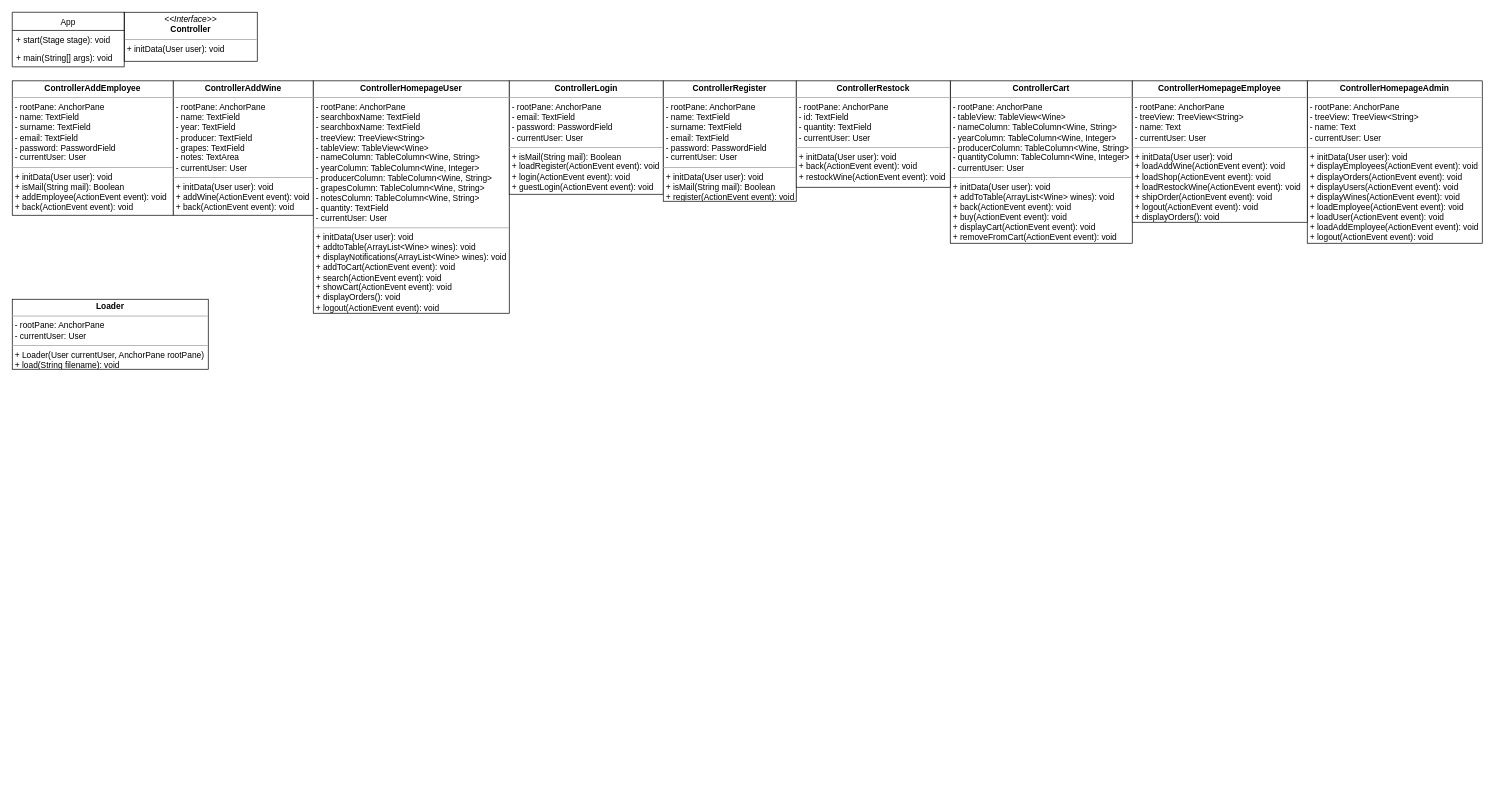
This is UML/Copy of asd.drawio from Sclafus/Ecommerce-GUI, a draw.io file, before an edit. Source tidied: cells renumbered, new cells numbered last; positions are measured from the earlier drawing's top-left corner, leaving out a move shared by most shapes. Both pictures are drawn from the tidied source at 70%, with x=0, y=0 at pixel (12, 12).
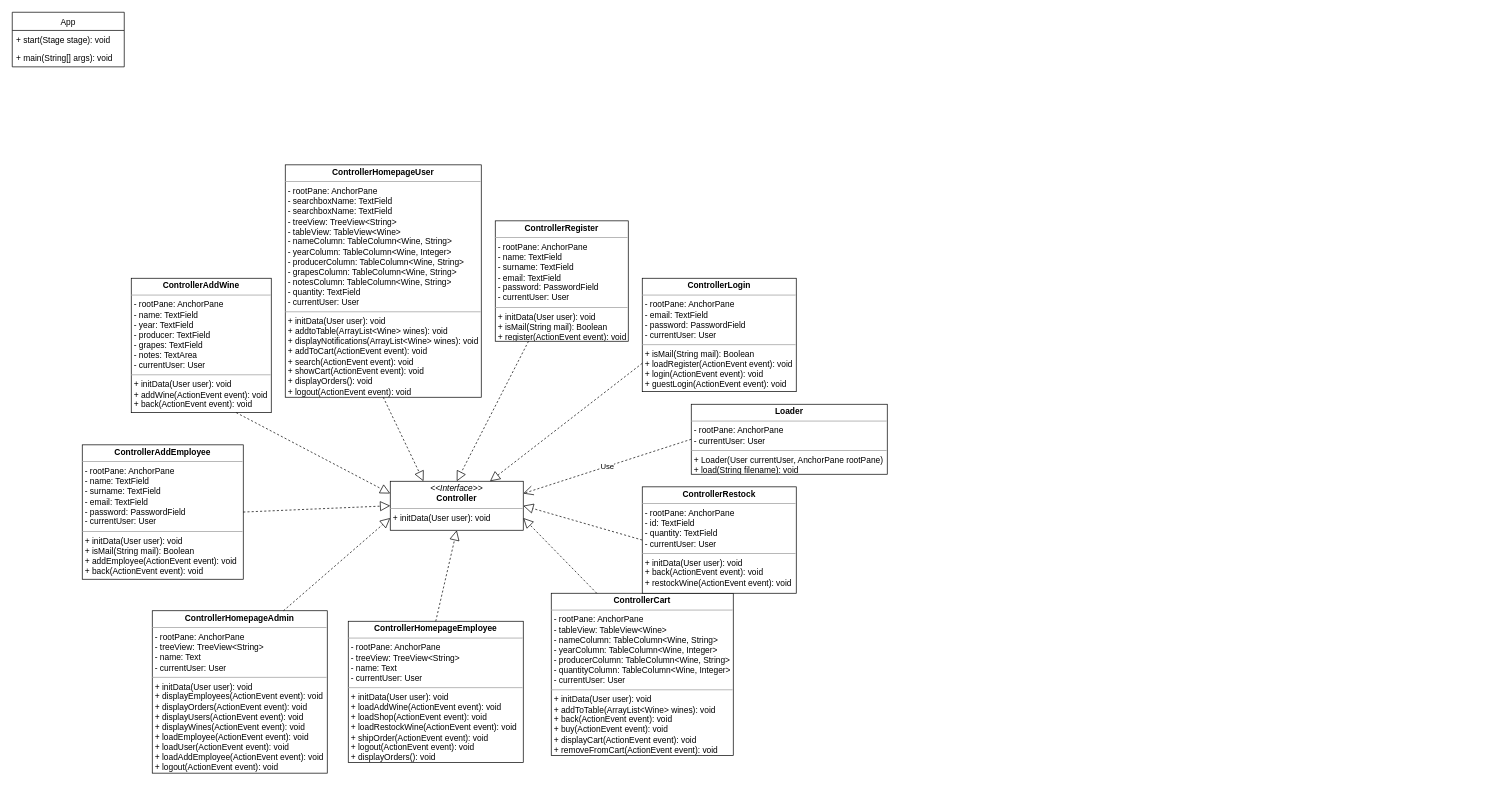
The same page after the edit.

Commit message:
updated dependencies in class diagram

Diff of the diagram source:
```diff
@@
     <mxCell id="2" value="&lt;p style=&quot;margin: 0px ; margin-top: 4px ; text-align: center&quot;&gt;&lt;i&gt;&amp;lt;&amp;lt;Interface&amp;gt;&amp;gt;&lt;/i&gt;&lt;br&gt;&lt;b&gt;Controller&lt;/b&gt;&lt;/p&gt;&lt;hr size=&quot;1&quot;&gt;&lt;p style=&quot;margin: 0px ; margin-left: 4px&quot;&gt;+ initData&lt;span&gt;(User user): void&lt;/span&gt;&lt;/p&gt;" style="verticalAlign=top;align=left;overflow=fill;fontSize=12;fontFamily=Helvetica;html=1;" parent="1" vertex="1">
-      <mxGeometry x="160" width="190" height="70" as="geometry" />
+      <mxGeometry x="540" y="670" width="190" height="70" as="geometry" />
     </mxCell>
@@
     <mxCell id="6" value="&lt;p style=&quot;margin: 0px ; margin-top: 4px ; text-align: center&quot;&gt;&lt;b&gt;ControllerAddEmployee&lt;/b&gt;&lt;/p&gt;&lt;hr size=&quot;1&quot;&gt;&lt;p style=&quot;margin: 0px ; margin-left: 4px&quot;&gt;- rootPane: AnchorPane&lt;/p&gt;&lt;p style=&quot;margin: 0px ; margin-left: 4px&quot;&gt;- name: TextField&lt;/p&gt;&lt;p style=&quot;margin: 0px ; margin-left: 4px&quot;&gt;- surname: TextField&lt;br&gt;&lt;/p&gt;&lt;p style=&quot;margin: 0px ; margin-left: 4px&quot;&gt;- email: TextField&lt;br&gt;&lt;/p&gt;&lt;p style=&quot;margin: 0px ; margin-left: 4px&quot;&gt;- password: PasswordField&lt;br&gt;&lt;/p&gt;&lt;p style=&quot;margin: 0px ; margin-left: 4px&quot;&gt;- currentUser: User&lt;/p&gt;&lt;hr size=&quot;1&quot;&gt;&lt;p style=&quot;margin: 0px ; margin-left: 4px&quot;&gt;+ initData(User user): void&lt;/p&gt;&lt;p style=&quot;margin: 0px ; margin-left: 4px&quot;&gt;+ isMail(String mail): Boolean&lt;/p&gt;&lt;p style=&quot;margin: 0px ; margin-left: 4px&quot;&gt;+ addEmployee(ActionEvent event): void&lt;/p&gt;&lt;p style=&quot;margin: 0px ; margin-left: 4px&quot;&gt;+ back(ActionEvent event): void&lt;/p&gt;&lt;p style=&quot;margin: 0px ; margin-left: 4px&quot;&gt;&lt;br&gt;&lt;/p&gt;&lt;p style=&quot;margin: 0px ; margin-left: 4px&quot;&gt;&lt;br&gt;&lt;/p&gt;" style="verticalAlign=top;align=left;overflow=fill;fontSize=12;fontFamily=Helvetica;html=1;" parent="1" vertex="1">
-      <mxGeometry y="98" width="230" height="192" as="geometry" />
+      <mxGeometry x="100" y="618" width="230" height="192" as="geometry" />
     </mxCell>
     <mxCell id="7" value="&lt;p style=&quot;margin: 0px ; margin-top: 4px ; text-align: center&quot;&gt;&lt;b&gt;ControllerCart&lt;/b&gt;&lt;/p&gt;&lt;hr size=&quot;1&quot;&gt;&lt;p style=&quot;margin: 0px ; margin-left: 4px&quot;&gt;-&lt;span&gt;&amp;nbsp;rootPane: AnchorPane&lt;/span&gt;&lt;/p&gt;&lt;p style=&quot;margin: 0px 0px 0px 4px&quot;&gt;- tableView: TableView&amp;lt;Wine&amp;gt;&lt;/p&gt;&lt;p style=&quot;margin: 0px 0px 0px 4px&quot;&gt;- nameColumn: TableColumn&amp;lt;Wine, String&amp;gt;&lt;/p&gt;&lt;p style=&quot;margin: 0px 0px 0px 4px&quot;&gt;- yearColumn: TableColumn&amp;lt;Wine, Integer&amp;gt;&lt;/p&gt;&lt;p style=&quot;margin: 0px 0px 0px 4px&quot;&gt;- producerColumn: TableColumn&amp;lt;Wine, String&amp;gt;&lt;/p&gt;&lt;p style=&quot;margin: 0px 0px 0px 4px&quot;&gt;- quantityColumn: TableColumn&amp;lt;Wine, Integer&amp;gt;&lt;/p&gt;&lt;p style=&quot;margin: 0px ; margin-left: 4px&quot;&gt;- currentUser: User&lt;/p&gt;&lt;hr size=&quot;1&quot;&gt;&lt;p style=&quot;margin: 0px ; margin-left: 4px&quot;&gt;+ initData(User user): void&lt;/p&gt;&lt;p style=&quot;margin: 0px ; margin-left: 4px&quot;&gt;+ addToTable(ArrayList&amp;lt;Wine&amp;gt; wines): void&lt;/p&gt;&lt;p style=&quot;margin: 0px ; margin-left: 4px&quot;&gt;+ back(ActionEvent event): void&lt;/p&gt;&lt;p style=&quot;margin: 0px ; margin-left: 4px&quot;&gt;+ buy(ActionEvent event): void&lt;/p&gt;&lt;p style=&quot;margin: 0px ; margin-left: 4px&quot;&gt;+ displayCart(ActionEvent event): void&lt;/p&gt;&lt;p style=&quot;margin: 0px ; margin-left: 4px&quot;&gt;+ removeFromCart(ActionEvent event): void&lt;/p&gt;" style="verticalAlign=top;align=left;overflow=fill;fontSize=12;fontFamily=Helvetica;html=1;" parent="1" vertex="1">
-      <mxGeometry x="1340" y="98" width="260" height="232" as="geometry" />
+      <mxGeometry x="770" y="830" width="260" height="232" as="geometry" />
     </mxCell>
     <mxCell id="8" value="&lt;p style=&quot;margin: 0px ; margin-top: 4px ; text-align: center&quot;&gt;&lt;b&gt;ControllerAddWine&lt;/b&gt;&lt;/p&gt;&lt;hr size=&quot;1&quot;&gt;&lt;p style=&quot;margin: 0px ; margin-left: 4px&quot;&gt;- rootPane: AnchorPane&lt;/p&gt;&lt;p style=&quot;margin: 0px ; margin-left: 4px&quot;&gt;- name: TextField&lt;/p&gt;&lt;p style=&quot;margin: 0px ; margin-left: 4px&quot;&gt;- year: TextField&lt;/p&gt;&lt;p style=&quot;margin: 0px ; margin-left: 4px&quot;&gt;- producer: TextField&lt;/p&gt;&lt;p style=&quot;margin: 0px ; margin-left: 4px&quot;&gt;- grapes: TextField&lt;/p&gt;&lt;p style=&quot;margin: 0px ; margin-left: 4px&quot;&gt;- notes: TextArea&lt;/p&gt;&lt;p style=&quot;margin: 0px ; margin-left: 4px&quot;&gt;- currentUser: User&lt;/p&gt;&lt;hr size=&quot;1&quot;&gt;&lt;p style=&quot;margin: 0px ; margin-left: 4px&quot;&gt;+ initData(User user): void&lt;/p&gt;&lt;p style=&quot;margin: 0px ; margin-left: 4px&quot;&gt;+ addWine(ActionEvent event): void&lt;/p&gt;&lt;p style=&quot;margin: 0px ; margin-left: 4px&quot;&gt;+ back(ActionEvent event): void&lt;/p&gt;" style="verticalAlign=top;align=left;overflow=fill;fontSize=12;fontFamily=Helvetica;html=1;" parent="1" vertex="1">
-      <mxGeometry x="230" y="98" width="200" height="192" as="geometry" />
+      <mxGeometry x="170" y="380" width="200" height="192" as="geometry" />
     </mxCell>
     <mxCell id="9" value="&lt;p style=&quot;margin: 0px ; margin-top: 4px ; text-align: center&quot;&gt;&lt;b&gt;ControllerHomepageAdmin&lt;/b&gt;&lt;/p&gt;&lt;hr size=&quot;1&quot;&gt;&lt;p style=&quot;margin: 0px 0px 0px 4px&quot;&gt;- rootPane: AnchorPane&lt;/p&gt;&lt;p style=&quot;margin: 0px 0px 0px 4px&quot;&gt;- treeView: TreeView&amp;lt;String&amp;gt;&lt;/p&gt;&lt;p style=&quot;margin: 0px 0px 0px 4px&quot;&gt;- name: Text&lt;/p&gt;&lt;p style=&quot;margin: 0px 0px 0px 4px&quot;&gt;- currentUser: User&lt;/p&gt;&lt;hr size=&quot;1&quot;&gt;&lt;p style=&quot;margin: 0px ; margin-left: 4px&quot;&gt;+ initData(User user): void&lt;/p&gt;&lt;p style=&quot;margin: 0px ; margin-left: 4px&quot;&gt;+ displayEmployees(ActionEvent event): void&lt;/p&gt;&lt;p style=&quot;margin: 0px ; margin-left: 4px&quot;&gt;+ displayOrders(ActionEvent event): void&lt;/p&gt;&lt;p style=&quot;margin: 0px ; margin-left: 4px&quot;&gt;+ displayUsers(ActionEvent event): void&lt;/p&gt;&lt;p style=&quot;margin: 0px ; margin-left: 4px&quot;&gt;+ displayWines(ActionEvent event): void&lt;/p&gt;&lt;p style=&quot;margin: 0px ; margin-left: 4px&quot;&gt;+ loadEmployee(ActionEvent event): void&lt;/p&gt;&lt;p style=&quot;margin: 0px ; margin-left: 4px&quot;&gt;+ loadUser(ActionEvent event): void&lt;/p&gt;&lt;p style=&quot;margin: 0px ; margin-left: 4px&quot;&gt;+ loadAddEmployee(ActionEvent event): void&lt;/p&gt;&lt;p style=&quot;margin: 0px ; margin-left: 4px&quot;&gt;+ logout(ActionEvent event): void&lt;/p&gt;" style="verticalAlign=top;align=left;overflow=fill;fontSize=12;fontFamily=Helvetica;html=1;" parent="1" vertex="1">
-      <mxGeometry x="1850" y="98" width="250" height="232" as="geometry" />
+      <mxGeometry x="200" y="855" width="250" height="232" as="geometry" />
     </mxCell>
     <mxCell id="10" value="&lt;p style=&quot;margin: 0px ; margin-top: 4px ; text-align: center&quot;&gt;&lt;b&gt;ControllerHomepageEmployee&lt;/b&gt;&lt;/p&gt;&lt;hr size=&quot;1&quot;&gt;&lt;p style=&quot;margin: 0px ; margin-left: 4px&quot;&gt;- rootPane: AnchorPane&lt;/p&gt;&lt;p style=&quot;margin: 0px ; margin-left: 4px&quot;&gt;- treeView: TreeView&amp;lt;String&amp;gt;&lt;/p&gt;&lt;p style=&quot;margin: 0px ; margin-left: 4px&quot;&gt;- name: Text&lt;/p&gt;&lt;p style=&quot;margin: 0px ; margin-left: 4px&quot;&gt;- currentUser: User&lt;/p&gt;&lt;hr size=&quot;1&quot;&gt;&lt;p style=&quot;margin: 0px ; margin-left: 4px&quot;&gt;+ initData(User user): void&lt;/p&gt;&lt;p style=&quot;margin: 0px ; margin-left: 4px&quot;&gt;+ loadAddWine(ActionEvent event): void&lt;/p&gt;&lt;p style=&quot;margin: 0px ; margin-left: 4px&quot;&gt;+ loadShop(ActionEvent event): void&lt;/p&gt;&lt;p style=&quot;margin: 0px ; margin-left: 4px&quot;&gt;+ loadRestockWine(ActionEvent event): void&lt;/p&gt;&lt;p style=&quot;margin: 0px ; margin-left: 4px&quot;&gt;+ shipOrder(ActionEvent event): void&lt;/p&gt;&lt;p style=&quot;margin: 0px ; margin-left: 4px&quot;&gt;+ logout(ActionEvent event): void&lt;/p&gt;&lt;p style=&quot;margin: 0px ; margin-left: 4px&quot;&gt;+ displayOrders(): void&lt;/p&gt;&lt;p style=&quot;margin: 0px ; margin-left: 4px&quot;&gt;&lt;br&gt;&lt;/p&gt;" style="verticalAlign=top;align=left;overflow=fill;fontSize=12;fontFamily=Helvetica;html=1;" parent="1" vertex="1">
-      <mxGeometry x="1600" y="98" width="250" height="202" as="geometry" />
+      <mxGeometry x="480" y="870" width="250" height="202" as="geometry" />
     </mxCell>
     <mxCell id="11" value="&lt;p style=&quot;margin: 0px ; margin-top: 4px ; text-align: center&quot;&gt;&lt;b&gt;ControllerHomepageUser&lt;/b&gt;&lt;/p&gt;&lt;hr size=&quot;1&quot;&gt;&lt;p style=&quot;margin: 0px ; margin-left: 4px&quot;&gt;- rootPane: AnchorPane&lt;/p&gt;&lt;p style=&quot;margin: 0px ; margin-left: 4px&quot;&gt;- searchboxName: TextField&lt;/p&gt;&lt;p style=&quot;margin: 0px ; margin-left: 4px&quot;&gt;- searchboxName: TextField&lt;/p&gt;&lt;p style=&quot;margin: 0px ; margin-left: 4px&quot;&gt;- treeView: TreeView&amp;lt;String&amp;gt;&lt;/p&gt;&lt;p style=&quot;margin: 0px ; margin-left: 4px&quot;&gt;- tableView: TableView&amp;lt;Wine&amp;gt;&lt;/p&gt;&lt;p style=&quot;margin: 0px ; margin-left: 4px&quot;&gt;- nameColumn: TableColumn&amp;lt;Wine, String&amp;gt;&lt;/p&gt;&lt;p style=&quot;margin: 0px ; margin-left: 4px&quot;&gt;- yearColumn: TableColumn&amp;lt;Wine, Integer&amp;gt;&lt;/p&gt;&lt;p style=&quot;margin: 0px ; margin-left: 4px&quot;&gt;- producerColumn: TableColumn&amp;lt;Wine, String&amp;gt;&lt;/p&gt;&lt;p style=&quot;margin: 0px ; margin-left: 4px&quot;&gt;- grapesColumn: TableColumn&amp;lt;Wine, String&amp;gt;&lt;/p&gt;&lt;p style=&quot;margin: 0px ; margin-left: 4px&quot;&gt;- notesColumn: TableColumn&amp;lt;Wine, String&amp;gt;&lt;/p&gt;&lt;p style=&quot;margin: 0px ; margin-left: 4px&quot;&gt;- quantity: TextField&lt;/p&gt;&lt;p style=&quot;margin: 0px ; margin-left: 4px&quot;&gt;- currentUser: User&lt;/p&gt;&lt;hr size=&quot;1&quot;&gt;&lt;p style=&quot;margin: 0px ; margin-left: 4px&quot;&gt;+ initData(User user): void&lt;/p&gt;&lt;p style=&quot;margin: 0px ; margin-left: 4px&quot;&gt;+ addtoTable(ArrayList&amp;lt;Wine&amp;gt; wines): void&lt;/p&gt;&lt;p style=&quot;margin: 0px ; margin-left: 4px&quot;&gt;+ displayNotifications(ArrayList&amp;lt;Wine&amp;gt; wines): void&lt;/p&gt;&lt;p style=&quot;margin: 0px ; margin-left: 4px&quot;&gt;+ addToCart(ActionEvent event): void&lt;/p&gt;&lt;p style=&quot;margin: 0px ; margin-left: 4px&quot;&gt;+ search(ActionEvent event): void&lt;/p&gt;&lt;p style=&quot;margin: 0px ; margin-left: 4px&quot;&gt;+ showCart(ActionEvent event): void&lt;/p&gt;&lt;p style=&quot;margin: 0px ; margin-left: 4px&quot;&gt;+ displayOrders(): void&lt;/p&gt;&lt;p style=&quot;margin: 0px ; margin-left: 4px&quot;&gt;+ logout(ActionEvent event): void&lt;/p&gt;" style="verticalAlign=top;align=left;overflow=fill;fontSize=12;fontFamily=Helvetica;html=1;" parent="1" vertex="1">
-      <mxGeometry x="430" y="98" width="280" height="332" as="geometry" />
+      <mxGeometry x="390" y="218" width="280" height="332" as="geometry" />
     </mxCell>
     <mxCell id="12" value="&lt;p style=&quot;margin: 0px ; margin-top: 4px ; text-align: center&quot;&gt;&lt;b&gt;ControllerLogin&lt;/b&gt;&lt;/p&gt;&lt;hr size=&quot;1&quot;&gt;&lt;p style=&quot;margin: 0px ; margin-left: 4px&quot;&gt;- rootPane: AnchorPane&lt;/p&gt;&lt;p style=&quot;margin: 0px ; margin-left: 4px&quot;&gt;- email: TextField&lt;/p&gt;&lt;p style=&quot;margin: 0px ; margin-left: 4px&quot;&gt;- password: PasswordField&lt;/p&gt;&lt;p style=&quot;margin: 0px ; margin-left: 4px&quot;&gt;- currentUser: User&lt;/p&gt;&lt;hr size=&quot;1&quot;&gt;&lt;p style=&quot;margin: 0px ; margin-left: 4px&quot;&gt;+ isMail(String mail): Boolean&lt;/p&gt;&lt;p style=&quot;margin: 0px ; margin-left: 4px&quot;&gt;+ loadRegister(ActionEvent event): void&lt;/p&gt;&lt;p style=&quot;margin: 0px ; margin-left: 4px&quot;&gt;+ login(ActionEvent event): void&lt;/p&gt;&lt;p style=&quot;margin: 0px ; margin-left: 4px&quot;&gt;+ guestLogin(ActionEvent event): void&lt;/p&gt;" style="verticalAlign=top;align=left;overflow=fill;fontSize=12;fontFamily=Helvetica;html=1;" parent="1" vertex="1">
-      <mxGeometry x="710" y="98" width="220" height="162" as="geometry" />
+      <mxGeometry x="900" y="380" width="220" height="162" as="geometry" />
     </mxCell>
     <mxCell id="13" value="&lt;p style=&quot;margin: 0px ; margin-top: 4px ; text-align: center&quot;&gt;&lt;b&gt;ControllerRegister&lt;/b&gt;&lt;/p&gt;&lt;hr size=&quot;1&quot;&gt;&lt;p style=&quot;margin: 0px ; margin-left: 4px&quot;&gt;- rootPane: AnchorPane&lt;/p&gt;&lt;p style=&quot;margin: 0px 0px 0px 4px&quot;&gt;- name: TextField&lt;/p&gt;&lt;p style=&quot;margin: 0px 0px 0px 4px&quot;&gt;- surname: TextField&lt;br&gt;&lt;/p&gt;&lt;p style=&quot;margin: 0px 0px 0px 4px&quot;&gt;- email: TextField&lt;br&gt;&lt;/p&gt;&lt;p style=&quot;margin: 0px 0px 0px 4px&quot;&gt;- password: PasswordField&lt;/p&gt;&lt;p style=&quot;margin: 0px ; margin-left: 4px&quot;&gt;- currentUser: User&lt;/p&gt;&lt;hr size=&quot;1&quot;&gt;&lt;p style=&quot;margin: 0px ; margin-left: 4px&quot;&gt;+ initData(User user): void&lt;/p&gt;&lt;p style=&quot;margin: 0px ; margin-left: 4px&quot;&gt;+ isMail(String mail): Boolean&lt;/p&gt;&lt;p style=&quot;margin: 0px ; margin-left: 4px&quot;&gt;+ register(ActionEvent event): void&lt;/p&gt;" style="verticalAlign=top;align=left;overflow=fill;fontSize=12;fontFamily=Helvetica;html=1;" parent="1" vertex="1">
-      <mxGeometry x="930" y="98" width="190" height="172" as="geometry" />
+      <mxGeometry x="690" y="298" width="190" height="172" as="geometry" />
     </mxCell>
     <mxCell id="14" value="&lt;p style=&quot;margin: 0px ; margin-top: 4px ; text-align: center&quot;&gt;&lt;b&gt;ControllerRestock&lt;/b&gt;&lt;/p&gt;&lt;hr size=&quot;1&quot;&gt;&lt;p style=&quot;margin: 0px ; margin-left: 4px&quot;&gt;- rootPane: AnchorPane&lt;/p&gt;&lt;p style=&quot;margin: 0px ; margin-left: 4px&quot;&gt;- id: TextField&lt;/p&gt;&lt;p style=&quot;margin: 0px ; margin-left: 4px&quot;&gt;- quantity: TextField&lt;/p&gt;&lt;p style=&quot;margin: 0px ; margin-left: 4px&quot;&gt;- currentUser: User&lt;/p&gt;&lt;hr size=&quot;1&quot;&gt;&lt;p style=&quot;margin: 0px ; margin-left: 4px&quot;&gt;+ initData(User user): void&lt;/p&gt;&lt;p style=&quot;margin: 0px ; margin-left: 4px&quot;&gt;+ back(ActionEvent event): void&lt;/p&gt;&lt;p style=&quot;margin: 0px ; margin-left: 4px&quot;&gt;+ restockWine(ActionEvent event): void&lt;/p&gt;" style="verticalAlign=top;align=left;overflow=fill;fontSize=12;fontFamily=Helvetica;html=1;" parent="1" vertex="1">
-      <mxGeometry x="1120" y="98" width="220" height="152" as="geometry" />
+      <mxGeometry x="900" y="678" width="220" height="152" as="geometry" />
     </mxCell>
     <mxCell id="15" value="&lt;p style=&quot;margin: 0px ; margin-top: 4px ; text-align: center&quot;&gt;&lt;b&gt;Loader&lt;/b&gt;&lt;/p&gt;&lt;hr size=&quot;1&quot;&gt;&lt;p style=&quot;margin: 0px ; margin-left: 4px&quot;&gt;- rootPane: AnchorPane&lt;/p&gt;&lt;p style=&quot;margin: 0px ; margin-left: 4px&quot;&gt;- currentUser: User&lt;/p&gt;&lt;hr size=&quot;1&quot;&gt;&lt;p style=&quot;margin: 0px ; margin-left: 4px&quot;&gt;+ Loader(User currentUser, AnchorPane rootPane)&lt;/p&gt;&lt;p style=&quot;margin: 0px ; margin-left: 4px&quot;&gt;+ load(String filename): void&lt;/p&gt;" style="verticalAlign=top;align=left;overflow=fill;fontSize=12;fontFamily=Helvetica;html=1;" parent="1" vertex="1">
-      <mxGeometry y="410" width="280" height="100" as="geometry" />
+      <mxGeometry x="970" y="560" width="280" height="100" as="geometry" />
     </mxCell>
+    <mxCell id="16" style="endArrow=block;dashed=1;endFill=0;endSize=12;html=1;entryX=0.25;entryY=0;entryDx=0;entryDy=0;exitX=0.5;exitY=1;exitDx=0;exitDy=0;" parent="1" edge="1" source="11" target="2">
+      <mxGeometry relative="1" as="geometry" />
+    </mxCell>
+    <mxCell id="17" style="endArrow=block;dashed=1;endFill=0;endSize=12;html=1;entryX=0.5;entryY=0;entryDx=0;entryDy=0;exitX=0.25;exitY=1;exitDx=0;exitDy=0;" parent="1" edge="1" source="13" target="2">
+      <mxGeometry relative="1" as="geometry" />
+    </mxCell>
+    <mxCell id="18" style="endArrow=block;dashed=1;endFill=0;endSize=12;html=1;exitX=0;exitY=0.75;exitDx=0;exitDy=0;entryX=0.75;entryY=0;entryDx=0;entryDy=0;" parent="1" edge="1" source="12" target="2">
+      <mxGeometry relative="1" as="geometry" />
+    </mxCell>
+    <mxCell id="19" style="endArrow=block;dashed=1;endFill=0;endSize=12;html=1;exitX=0;exitY=0.5;exitDx=0;exitDy=0;entryX=1;entryY=0.5;entryDx=0;entryDy=0;" parent="1" edge="1" source="14" target="2">
+      <mxGeometry relative="1" as="geometry" />
+    </mxCell>
+    <mxCell id="20" style="endArrow=block;dashed=1;endFill=0;endSize=12;html=1;entryX=0.5;entryY=1;entryDx=0;entryDy=0;exitX=0.5;exitY=0;exitDx=0;exitDy=0;" parent="1" edge="1" source="10" target="2">
+      <mxGeometry relative="1" as="geometry" />
+    </mxCell>
+    <mxCell id="21" style="endArrow=block;dashed=1;endFill=0;endSize=12;html=1;entryX=0;entryY=0.25;entryDx=0;entryDy=0;exitX=0.75;exitY=1;exitDx=0;exitDy=0;" parent="1" edge="1" source="8" target="2">
+      <mxGeometry relative="1" as="geometry" />
+    </mxCell>
+    <mxCell id="22" style="endArrow=block;dashed=1;endFill=0;endSize=12;html=1;entryX=0;entryY=0.5;entryDx=0;entryDy=0;exitX=1;exitY=0.5;exitDx=0;exitDy=0;" parent="1" edge="1" source="6" target="2">
+      <mxGeometry relative="1" as="geometry" />
+    </mxCell>
+    <mxCell id="23" style="endArrow=block;dashed=1;endFill=0;endSize=12;html=1;entryX=0;entryY=0.75;entryDx=0;entryDy=0;exitX=0.75;exitY=0;exitDx=0;exitDy=0;" parent="1" edge="1" source="9" target="2">
+      <mxGeometry relative="1" as="geometry" />
+    </mxCell>
+    <mxCell id="24" style="endArrow=block;dashed=1;endFill=0;endSize=12;html=1;entryX=1;entryY=0.75;entryDx=0;entryDy=0;exitX=0.25;exitY=0;exitDx=0;exitDy=0;" parent="1" edge="1" source="7" target="2">
+      <mxGeometry relative="1" as="geometry" />
+    </mxCell>
+    <mxCell id="25" value="Use" style="endArrow=open;endSize=12;dashed=1;html=1;entryX=1;entryY=0.25;entryDx=0;entryDy=0;exitX=0;exitY=0.5;exitDx=0;exitDy=0;" parent="1" edge="1" source="15" target="2">
+      <mxGeometry relative="1" as="geometry" />
+    </mxCell>
```
